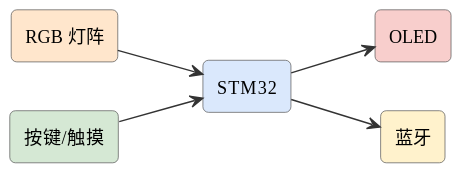
mingyi0818/IntelligentMcuCourse keeps this PlantUML diagram as assets/diagrams/ideas-fig58.svg. Above is the earlier version. Its diagram source:
```plantuml
@startuml
skinparam defaultFontName "Microsoft YaHei"
skinparam rectangleRoundCorner 8
skinparam rectangleBorderColor #555
skinparam rectangleFontSize 13
skinparam arrowFontSize 11
skinparam arrowColor #333
left to right direction
rectangle "RGB 灯阵" as led #ffe6cc
rectangle "按键/触摸" as key #d5e8d4
rectangle "STM32" as stm #dae8fc
rectangle "OLED" as oled #f8cecc
rectangle "蓝牙" as bt #fff2cc
led --> stm
key --> stm
stm --> oled
stm --> bt
@enduml
```
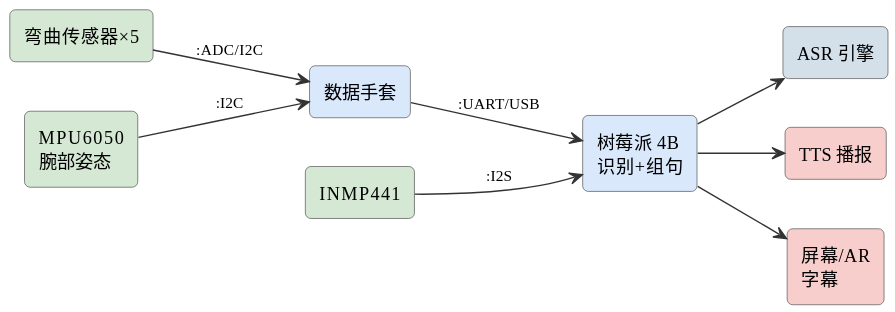
The same diagram one commit later.

Change to the diagram source:
```diff
@@ -6,13 +6,19 @@
 skinparam arrowFontSize 11
 skinparam arrowColor #333
 left to right direction
-rectangle "RGB 灯阵" as led #ffe6cc
-rectangle "按键/触摸" as key #d5e8d4
-rectangle "STM32" as stm #dae8fc
-rectangle "OLED" as oled #f8cecc
-rectangle "蓝牙" as bt #fff2cc
-led --> stm
-key --> stm
-stm --> oled
-stm --> bt
+rectangle "弯曲传感器×5" as flex #d5e8d4
+rectangle "MPU6050\n腕部姿态" as imu #d5e8d4
+rectangle "数据手套" as glove #dae8fc
+rectangle "树莓派 4B\n识别+组句" as rpi #dae8fc
+rectangle "INMP441" as mic #d5e8d4
+rectangle "ASR 引擎" as asr #d3e0ea
+rectangle "TTS 播报" as tts #f8cecc
+rectangle "屏幕/AR\n字幕" as scr #f8cecc
+flex --> glove : :ADC/I2C
+imu --> glove : :I2C
+glove --> rpi : :UART/USB
+mic --> rpi : :I2S
+rpi --> asr
+rpi --> tts
+rpi --> scr
 @enduml
```
